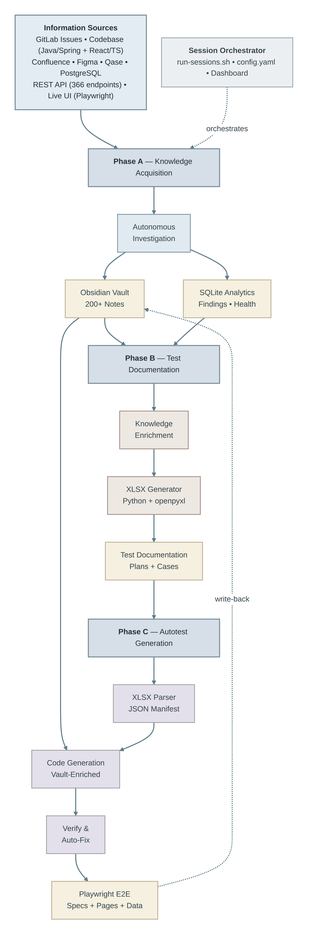
Before: docs/epic_task/architecture-pipeline.png, a diagram exported from Mermaid (midas44/ttt-expert-v2). Its source is kept beside it as docs/epic_task/architecture-pipeline.mmd.
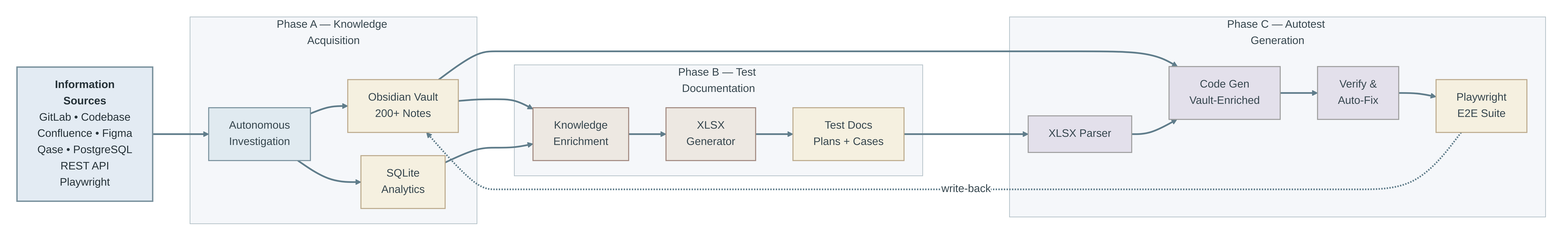
After the change.

Change to the diagram source:
```diff
@@ -5,7 +5,6 @@
     'primaryTextColor': '#37474F',
     'primaryBorderColor': '#90A4AE',
     'lineColor': '#607D8B',
-    'secondaryColor': '#F0F2F5',
     'background': '#FFFFFF',
     'mainBkg': '#E8EDF2',
     'nodeBorder': '#90A4AE',
@@ -13,74 +12,67 @@
     'clusterBorder': '#B0BEC5',
     'titleColor': '#37474F',
     'edgeLabelBackground': '#FFFFFF',
-    'fontSize': '15px'
+    'fontSize': '16px'
   },
   'flowchart': {
     'curve': 'basis',
-    'diagramPadding': 30,
+    'diagramPadding': 25,
     'rankSpacing': 55,
-    'nodeSpacing': 30
+    'nodeSpacing': 25
   }
 }}%%
 
-graph TD
-    SOURCES["<b>Information Sources</b><br/>GitLab Issues &bull; Codebase (Java/Spring + React/TS)<br/>Confluence &bull; Figma &bull; Qase &bull; PostgreSQL<br/>REST API (366 endpoints) &bull; Live UI (Playwright)"]
+graph LR
+    SOURCES["<b>Information<br/>Sources</b><br/>GitLab &bull; Codebase<br/>Confluence &bull; Figma<br/>Qase &bull; PostgreSQL<br/>REST API<br/>Playwright"]
 
-    PA_LABEL["<b>Phase A</b> — Knowledge Acquisition"]
-    INV["Autonomous<br/>Investigation"]
-    VAULT["Obsidian Vault<br/>200+ Notes"]
-    SQLITE["SQLite Analytics<br/>Findings &bull; Health"]
+    SOURCES ==> INV
 
-    PB_LABEL["<b>Phase B</b> — Test Documentation"]
-    ENRICH["Knowledge<br/>Enrichment"]
-    GEN["XLSX Generator<br/>Python + openpyxl"]
-    XLSX["Test Documentation<br/>Plans + Cases"]
+    subgraph PA["Phase A — Knowledge Acquisition"]
+        direction TB
+        INV["Autonomous<br/>Investigation"]
+        VAULT["Obsidian Vault<br/>200+ Notes"]
+        SQLITE["SQLite<br/>Analytics"]
+        INV --> VAULT
+        INV --> SQLITE
+    end
 
-    PC_LABEL["<b>Phase C</b> — Autotest Generation"]
-    PARSE["XLSX Parser<br/>JSON Manifest"]
-    CODEGEN["Code Generation<br/>Vault-Enriched"]
-    VERIFY["Verify &<br/>Auto-Fix"]
-    TESTS["Playwright E2E<br/>Specs + Pages + Data"]
+    VAULT ==> ENRICH
+    SQLITE ==> ENRICH
 
-    ORCH["<b>Session Orchestrator</b><br/>run-sessions.sh &bull; config.yaml &bull; Dashboard"]
+    subgraph PB["Phase B — Test Documentation"]
+        direction TB
+        ENRICH["Knowledge<br/>Enrichment"]
+        GEN["XLSX<br/>Generator"]
+        XLSX["Test Docs<br/>Plans + Cases"]
+        ENRICH --> GEN --> XLSX
+    end
 
-    SOURCES ==> PA_LABEL
-    PA_LABEL --> INV
-    INV --> VAULT
-    INV --> SQLITE
+    XLSX ==> PARSE
+    VAULT ==> CODEGEN
 
-    VAULT ==> PB_LABEL
-    SQLITE ==> PB_LABEL
-    PB_LABEL --> ENRICH
-    ENRICH --> GEN
-    GEN --> XLSX
-
-    XLSX ==> PC_LABEL
-    VAULT ==> CODEGEN
-    PC_LABEL --> PARSE
-    PARSE --> CODEGEN
-    CODEGEN --> VERIFY
-    VERIFY --> TESTS
+    subgraph PC["Phase C — Autotest Generation"]
+        direction TB
+        PARSE["XLSX Parser"]
+        CODEGEN["Code Gen<br/>Vault-Enriched"]
+        VERIFY["Verify &<br/>Auto-Fix"]
+        TESTS["Playwright<br/>E2E Suite"]
+        PARSE --> CODEGEN --> VERIFY --> TESTS
+    end
 
     TESTS -.->|"write-back"| VAULT
-    ORCH -.->|"orchestrates"| PA_LABEL
 
     classDef sourceBox fill:#E3EBF3,stroke:#78909C,color:#263238,stroke-width:2px
-    classDef labelNode fill:#D6DEE8,stroke:#78909C,color:#263238,stroke-width:2px
     classDef phaseANode fill:#E0EAF0,stroke:#78909C,color:#37474F,stroke-width:1.5px
     classDef phaseBNode fill:#EDE8E2,stroke:#A1887F,color:#37474F,stroke-width:1.5px
     classDef phaseCNode fill:#E3E0EB,stroke:#9E9E9E,color:#37474F,stroke-width:1.5px
     classDef storageNode fill:#F5F0E0,stroke:#BCAA8C,color:#37474F,stroke-width:1.5px
-    classDef orchNode fill:#ECEFF1,stroke:#90A4AE,color:#37474F,stroke-width:1.5px
 
     class SOURCES sourceBox
-    class PA_LABEL,PB_LABEL,PC_LABEL labelNode
     class INV phaseANode
     class VAULT,SQLITE storageNode
     class ENRICH,GEN phaseBNode
     class XLSX storageNode
     class PARSE,CODEGEN,VERIFY phaseCNode
     class TESTS storageNode
-    class ORCH orchNode
 
-    linkStyle default stroke:#607D8B,stroke-width:2px
+    linkStyle default stroke:#607D8B,stroke-width:2.5px
```
